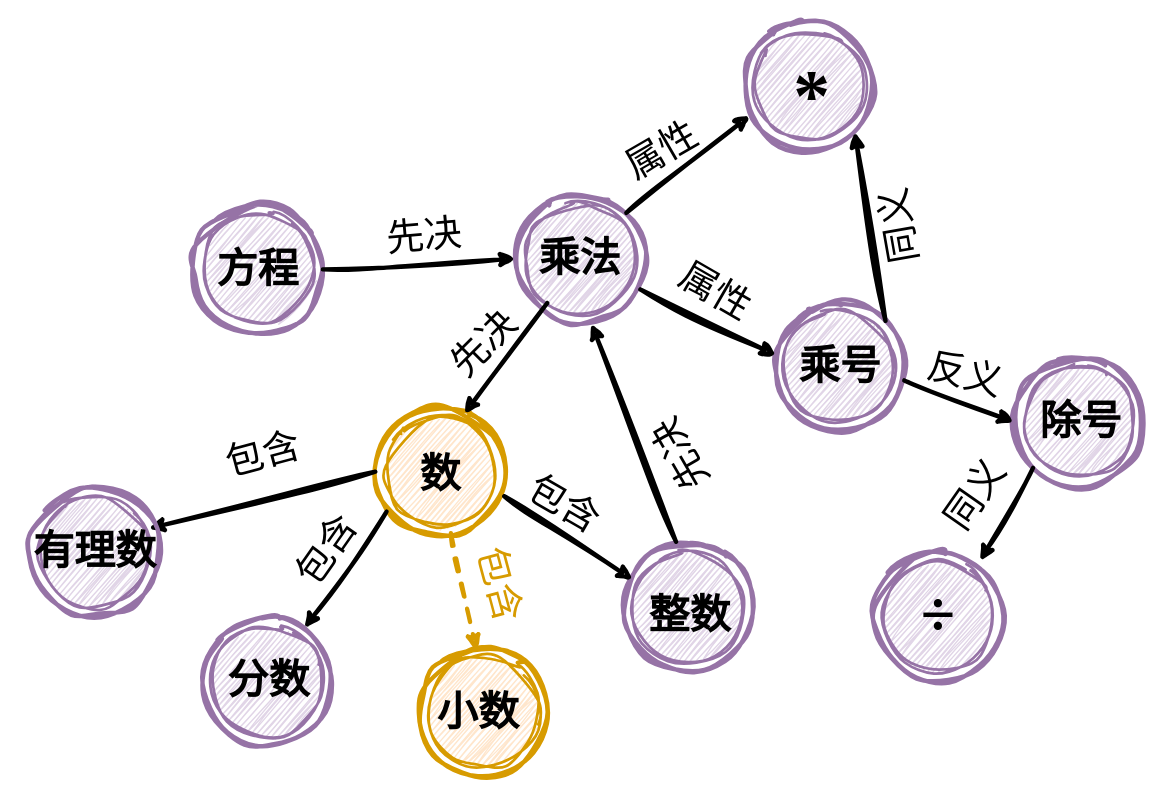
Above: ckg.drawio in yjq12/DeepKE (draw.io), before the change. Source tidied: cells renumbered, new cells numbered last; positions are measured from the earlier drawing's top-left corner, leaving out a move shared by most shapes. Both pictures are drawn from the tidied source at 108%, with x=0, y=0 at pixel (18, 21).
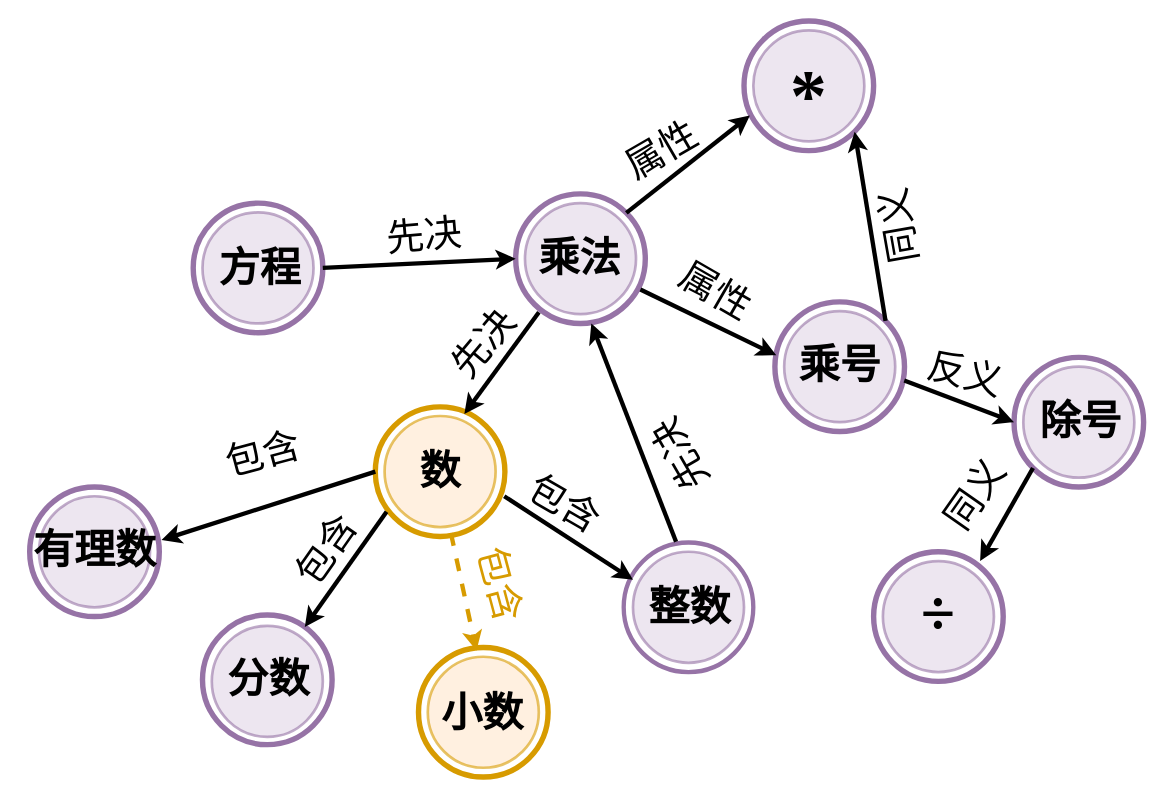
The same page after the edit.

Change to the diagram source:
```diff
@@
-    <mxCell id="2" style="ellipse;whiteSpace=wrap;html=1;strokeWidth=2.5;fillColor=#ffe6cc;strokeColor=#d79b00;fontFamily=Times New Roman;fontSize=50;sketch=1;hachureGap=4;jiggle=2;curveFitting=1;" parent="1" vertex="1">
+    <mxCell id="2" style="ellipse;whiteSpace=wrap;html=1;strokeWidth=2.5;fillColor=#ffe6cc;strokeColor=#d79b00;fontFamily=Times New Roman;fontSize=50;hachureGap=4;opacity=60;" parent="1" vertex="1">
       <mxGeometry x="338.6" y="365.7" width="102.8" height="102.8" as="geometry" />
     </mxCell>
-    <mxCell id="3" style="ellipse;whiteSpace=wrap;html=1;strokeWidth=4;fillColor=none;strokeColor=#d79b00;fontFamily=Times New Roman;fontSize=50;sketch=1;hachureGap=4;jiggle=2;curveFitting=1;" parent="1" vertex="1">
+    <mxCell id="3" style="ellipse;whiteSpace=wrap;html=1;strokeWidth=5;fillColor=none;strokeColor=#d79b00;fontFamily=Times New Roman;fontSize=50;hachureGap=4;" parent="1" vertex="1">
       <mxGeometry x="330" y="357.2" width="120" height="120" as="geometry" />
     </mxCell>
-    <mxCell id="4" style="ellipse;whiteSpace=wrap;html=1;strokeWidth=4;fillColor=none;strokeColor=#9673a6;fontFamily=Times New Roman;fontSize=50;sketch=1;hachureGap=4;jiggle=2;curveFitting=1;" parent="1" vertex="1">
+    <mxCell id="4" style="ellipse;whiteSpace=wrap;html=1;strokeWidth=4;fillColor=none;strokeColor=#9673a6;fontFamily=Times New Roman;fontSize=50;hachureGap=4;" parent="1" vertex="1">
       <mxGeometry x="560" y="482.8" width="120" height="120" as="geometry" />
     </mxCell>
-    <mxCell id="5" style="ellipse;whiteSpace=wrap;html=1;strokeWidth=2.5;fillColor=#e1d5e7;strokeColor=#9673a6;fontFamily=Times New Roman;fontSize=50;sketch=1;hachureGap=4;jiggle=2;curveFitting=1;" parent="1" vertex="1">
+    <mxCell id="5" style="ellipse;whiteSpace=wrap;html=1;strokeWidth=2.5;fillColor=#e1d5e7;strokeColor=#9673a6;fontFamily=Times New Roman;fontSize=50;hachureGap=4;opacity=60;" parent="1" vertex="1">
       <mxGeometry x="568.6" y="491.4" width="102.8" height="102.8" as="geometry" />
     </mxCell>
-    <mxCell id="6" style="endArrow=classic;html=1;rounded=0;sketch=1;hachureGap=4;jiggle=2;curveFitting=1;fontFamily=Architects Daughter;strokeWidth=4;entryX=-0.003;entryY=0.368;entryDx=0;entryDy=0;entryPerimeter=0;" parent="1" edge="1">
+    <mxCell id="6" style="endArrow=classic;html=1;rounded=0;hachureGap=4;fontFamily=Architects Daughter;strokeWidth=4;entryX=-0.003;entryY=0.368;entryDx=0;entryDy=0;entryPerimeter=0;" parent="1" edge="1">
       <mxGeometry relative="1" as="geometry">
         <mxPoint x="449.4" y="440" as="sourcePoint" />
         <mxPoint x="568.6" y="517.3" as="targetPoint" />
       </mxGeometry>
     </mxCell>
-    <mxCell id="7" style="ellipse;whiteSpace=wrap;html=1;strokeWidth=2.5;fillColor=#e1d5e7;strokeColor=#9673a6;fontFamily=Times New Roman;fontSize=50;sketch=1;hachureGap=4;jiggle=2;curveFitting=1;" parent="1" vertex="1">
+    <mxCell id="7" style="ellipse;whiteSpace=wrap;html=1;strokeWidth=2.5;fillColor=#e1d5e7;strokeColor=#9673a6;fontFamily=Times New Roman;fontSize=50;hachureGap=4;opacity=60;" parent="1" vertex="1">
       <mxGeometry x="178.6" y="560" width="102.8" height="102.8" as="geometry" />
     </mxCell>
-    <mxCell id="8" style="ellipse;whiteSpace=wrap;html=1;strokeWidth=4;fillColor=none;strokeColor=#9673a6;fontFamily=Times New Roman;fontSize=50;sketch=1;hachureGap=4;jiggle=2;curveFitting=1;" parent="1" vertex="1">
-      <mxGeometry x="170" y="551.4" width="120" height="120" as="geometry" />
+    <mxCell id="8" style="ellipse;whiteSpace=wrap;html=1;strokeWidth=5;fillColor=none;strokeColor=#9673a6;fontFamily=Times New Roman;fontSize=50;hachureGap=4;" parent="1" vertex="1">
+      <mxGeometry x="170" y="550" width="120" height="120" as="geometry" />
     </mxCell>
-    <mxCell id="9" style="endArrow=classic;html=1;rounded=0;sketch=1;hachureGap=4;jiggle=2;curveFitting=1;fontFamily=Architects Daughter;exitX=0.087;exitY=0.809;exitDx=0;exitDy=0;exitPerimeter=0;strokeWidth=4;" parent="1" edge="1" source="3" target="8">
+    <mxCell id="9" style="endArrow=classic;html=1;rounded=0;hachureGap=4;fontFamily=Architects Daughter;exitX=0.087;exitY=0.809;exitDx=0;exitDy=0;exitPerimeter=0;strokeWidth=4;" parent="1" edge="1" source="3" target="8">
       <mxGeometry relative="1" as="geometry" />
     </mxCell>
-    <mxCell id="10" style="ellipse;whiteSpace=wrap;html=1;strokeWidth=4;fillColor=none;strokeColor=#d79b00;fontFamily=Times New Roman;fontSize=50;sketch=1;hachureGap=4;jiggle=2;curveFitting=1;" parent="1" vertex="1">
+    <mxCell id="10" style="ellipse;whiteSpace=wrap;html=1;strokeWidth=5;fillColor=none;strokeColor=#d79b00;fontFamily=Times New Roman;fontSize=50;hachureGap=4;" parent="1" vertex="1">
       <mxGeometry x="370" y="580" width="120" height="120" as="geometry" />
     </mxCell>
-    <mxCell id="11" style="ellipse;whiteSpace=wrap;html=1;strokeWidth=2.5;fillColor=#ffe6cc;strokeColor=#d79b00;fontFamily=Times New Roman;fontSize=50;sketch=1;hachureGap=4;jiggle=2;curveFitting=1;" parent="1" vertex="1">
+    <mxCell id="11" style="ellipse;whiteSpace=wrap;html=1;strokeWidth=2.5;fillColor=#ffe6cc;strokeColor=#d79b00;fontFamily=Times New Roman;fontSize=50;hachureGap=4;opacity=60;" parent="1" vertex="1">
       <mxGeometry x="378.6" y="588.6" width="102.8" height="102.8" as="geometry" />
     </mxCell>
-    <mxCell id="12" style="endArrow=classic;html=1;rounded=0;sketch=1;hachureGap=4;jiggle=2;curveFitting=1;fontFamily=Architects Daughter;strokeWidth=4;entryX=0.447;entryY=0.025;entryDx=0;entryDy=0;entryPerimeter=0;fillColor=#ffe6cc;strokeColor=#d79b00;dashed=1;" parent="1" edge="1" target="10">
+    <mxCell id="12" style="endArrow=classic;html=1;rounded=0;hachureGap=4;fontFamily=Architects Daughter;strokeWidth=4;entryX=0.447;entryY=0.025;entryDx=0;entryDy=0;entryPerimeter=0;fillColor=#ffe6cc;strokeColor=#d79b00;dashed=1;" parent="1" edge="1" target="10">
       <mxGeometry relative="1" as="geometry">
         <mxPoint x="400" y="474.1" as="sourcePoint" />
       </mxGeometry>
     </mxCell>
-    <mxCell id="13" style="endArrow=classic;html=1;rounded=0;sketch=1;hachureGap=4;jiggle=2;curveFitting=1;fontFamily=Architects Daughter;strokeWidth=4;exitX=0;exitY=0.5;exitDx=0;exitDy=0;" parent="1" edge="1" source="3">
-      <mxGeometry relative="1" as="geometry">
-        <mxPoint x="120" y="470" as="targetPoint" />
-      </mxGeometry>
+    <mxCell id="13" style="endArrow=classic;html=1;rounded=0;hachureGap=4;fontFamily=Architects Daughter;strokeWidth=4;exitX=0;exitY=0.5;exitDx=0;exitDy=0;entryX=1.017;entryY=0.41;entryDx=0;entryDy=0;entryPerimeter=0;" parent="1" edge="1" source="3" target="14">
+      <mxGeometry relative="1" as="geometry" />
     </mxCell>
-    <mxCell id="14" style="ellipse;whiteSpace=wrap;html=1;strokeWidth=4;fillColor=none;strokeColor=#9673a6;fontFamily=Times New Roman;fontSize=50;sketch=1;hachureGap=4;jiggle=2;curveFitting=1;" parent="1" vertex="1">
+    <mxCell id="14" style="ellipse;whiteSpace=wrap;html=1;strokeWidth=5;fillColor=none;strokeColor=#9673a6;fontFamily=Times New Roman;fontSize=50;hachureGap=4;" parent="1" vertex="1">
       <mxGeometry x="10" y="431.4" width="120" height="120" as="geometry" />
     </mxCell>
-    <mxCell id="15" style="ellipse;whiteSpace=wrap;html=1;strokeWidth=2.5;fillColor=#e1d5e7;strokeColor=#9673a6;fontFamily=Times New Roman;fontSize=50;sketch=1;hachureGap=4;jiggle=2;curveFitting=1;" parent="1" vertex="1">
+    <mxCell id="15" style="ellipse;whiteSpace=wrap;html=1;strokeWidth=2.5;fillColor=#e1d5e7;strokeColor=#9673a6;fontFamily=Times New Roman;fontSize=50;hachureGap=4;opacity=60;" parent="1" vertex="1">
       <mxGeometry x="18.6" y="440" width="102.8" height="102.8" as="geometry" />
     </mxCell>
-    <mxCell id="16" style="ellipse;whiteSpace=wrap;html=1;strokeWidth=4;fillColor=none;strokeColor=#9673a6;fontFamily=Times New Roman;fontSize=50;sketch=1;hachureGap=4;jiggle=2;curveFitting=1;" parent="1" vertex="1">
+    <mxCell id="16" style="ellipse;whiteSpace=wrap;html=1;strokeWidth=5;fillColor=none;strokeColor=#9673a6;fontFamily=Times New Roman;fontSize=50;hachureGap=4;" parent="1" vertex="1">
       <mxGeometry x="460" y="160" width="120" height="120" as="geometry" />
     </mxCell>
-    <mxCell id="17" style="ellipse;whiteSpace=wrap;html=1;strokeWidth=2.5;fillColor=#e1d5e7;strokeColor=#9673a6;fontFamily=Times New Roman;fontSize=50;sketch=1;hachureGap=4;jiggle=2;curveFitting=1;" parent="1" vertex="1">
+    <mxCell id="17" style="ellipse;whiteSpace=wrap;html=1;strokeWidth=2.5;fillColor=#e1d5e7;strokeColor=#9673a6;fontFamily=Times New Roman;fontSize=50;hachureGap=4;opacity=60;" parent="1" vertex="1">
       <mxGeometry x="468.6" y="168.6" width="102.8" height="102.8" as="geometry" />
     </mxCell>
-    <mxCell id="18" style="endArrow=classic;html=1;rounded=0;sketch=1;hachureGap=4;jiggle=2;curveFitting=1;fontFamily=Architects Daughter;strokeWidth=4;entryX=0.687;entryY=0.055;entryDx=0;entryDy=0;entryPerimeter=0;" parent="1" edge="1" source="17" target="3">
+    <mxCell id="18" style="endArrow=classic;html=1;rounded=0;hachureGap=4;fontFamily=Architects Daughter;strokeWidth=4;entryX=0.687;entryY=0.055;entryDx=0;entryDy=0;entryPerimeter=0;exitX=0.179;exitY=0.913;exitDx=0;exitDy=0;exitPerimeter=0;" parent="1" edge="1" source="16" target="3">
       <mxGeometry relative="1" as="geometry" />
     </mxCell>
-    <mxCell id="19" style="ellipse;whiteSpace=wrap;html=1;strokeWidth=2.5;fillColor=#e1d5e7;strokeColor=#9673a6;fontFamily=Times New Roman;fontSize=50;sketch=1;hachureGap=4;jiggle=2;curveFitting=1;" parent="1" vertex="1">
+    <mxCell id="19" style="ellipse;whiteSpace=wrap;html=1;strokeWidth=2.5;fillColor=#e1d5e7;strokeColor=#9673a6;fontFamily=Times New Roman;fontSize=50;hachureGap=4;opacity=60;" parent="1" vertex="1">
       <mxGeometry x="170" y="177.2" width="102.8" height="102.8" as="geometry" />
     </mxCell>
-    <mxCell id="20" style="ellipse;whiteSpace=wrap;html=1;strokeWidth=4;fillColor=none;strokeColor=#9673a6;fontFamily=Times New Roman;fontSize=50;sketch=1;hachureGap=4;jiggle=2;curveFitting=1;" parent="1" vertex="1">
-      <mxGeometry x="161.4" y="170" width="120" height="120" as="geometry" />
+    <mxCell id="20" style="ellipse;whiteSpace=wrap;html=1;strokeWidth=5;fillColor=none;strokeColor=#9673a6;fontFamily=Times New Roman;fontSize=50;hachureGap=4;" parent="1" vertex="1">
+      <mxGeometry x="161.4" y="168.6" width="120" height="120" as="geometry" />
     </mxCell>
-    <mxCell id="21" style="endArrow=classic;html=1;rounded=0;sketch=1;hachureGap=4;jiggle=2;curveFitting=1;fontFamily=Architects Daughter;strokeWidth=4;entryX=0;entryY=0.5;entryDx=0;entryDy=0;exitX=1;exitY=0.5;exitDx=0;exitDy=0;" parent="1" edge="1" source="20" target="16">
+    <mxCell id="21" style="endArrow=classic;html=1;rounded=0;hachureGap=4;fontFamily=Architects Daughter;strokeWidth=4;entryX=0;entryY=0.5;entryDx=0;entryDy=0;exitX=1;exitY=0.5;exitDx=0;exitDy=0;" parent="1" edge="1" source="20" target="16">
       <mxGeometry relative="1" as="geometry" />
     </mxCell>
-    <mxCell id="22" style="ellipse;whiteSpace=wrap;html=1;strokeWidth=2.5;fillColor=#e1d5e7;strokeColor=#9673a6;fontFamily=Times New Roman;fontSize=50;sketch=1;hachureGap=4;jiggle=2;curveFitting=1;" parent="1" vertex="1">
+    <mxCell id="22" style="ellipse;whiteSpace=wrap;html=1;strokeWidth=2.5;fillColor=#e1d5e7;strokeColor=#9673a6;fontFamily=Times New Roman;fontSize=50;hachureGap=4;opacity=60;" parent="1" vertex="1">
       <mxGeometry x="680" y="8.6" width="102.8" height="102.8" as="geometry" />
     </mxCell>
-    <mxCell id="23" style="ellipse;whiteSpace=wrap;html=1;strokeWidth=4;fillColor=none;strokeColor=#9673a6;fontFamily=Times New Roman;fontSize=50;sketch=1;hachureGap=4;jiggle=2;curveFitting=1;" parent="1" vertex="1">
+    <mxCell id="23" style="ellipse;whiteSpace=wrap;html=1;strokeWidth=5;fillColor=none;strokeColor=#9673a6;fontFamily=Times New Roman;fontSize=50;hachureGap=4;" parent="1" vertex="1">
       <mxGeometry x="671.4" width="120" height="120" as="geometry" />
     </mxCell>
-    <mxCell id="24" style="ellipse;whiteSpace=wrap;html=1;strokeWidth=4;fillColor=none;strokeColor=#9673a6;fontFamily=Times New Roman;fontSize=50;sketch=1;hachureGap=4;jiggle=2;curveFitting=1;" parent="1" vertex="1">
+    <mxCell id="24" style="ellipse;whiteSpace=wrap;html=1;strokeWidth=5;fillColor=none;strokeColor=#9673a6;fontFamily=Times New Roman;fontSize=50;hachureGap=4;" parent="1" vertex="1">
       <mxGeometry x="700" y="260" width="120" height="120" as="geometry" />
     </mxCell>
-    <mxCell id="25" style="ellipse;whiteSpace=wrap;html=1;strokeWidth=2.5;fillColor=#e1d5e7;strokeColor=#9673a6;fontFamily=Times New Roman;fontSize=50;sketch=1;hachureGap=4;jiggle=2;curveFitting=1;" parent="1" vertex="1">
+    <mxCell id="25" style="ellipse;whiteSpace=wrap;html=1;strokeWidth=2.5;fillColor=#e1d5e7;strokeColor=#9673a6;fontFamily=Times New Roman;fontSize=50;hachureGap=4;opacity=60;" parent="1" vertex="1">
       <mxGeometry x="708.6" y="268.6" width="102.8" height="102.8" as="geometry" />
     </mxCell>
-    <mxCell id="26" style="ellipse;whiteSpace=wrap;html=1;strokeWidth=2.5;fillColor=#e1d5e7;strokeColor=#9673a6;fontFamily=Times New Roman;fontSize=50;sketch=1;hachureGap=4;jiggle=2;curveFitting=1;" parent="1" vertex="1">
+    <mxCell id="26" style="ellipse;whiteSpace=wrap;html=1;strokeWidth=2.5;fillColor=#e1d5e7;strokeColor=#9673a6;fontFamily=Times New Roman;fontSize=50;hachureGap=4;opacity=60;" parent="1" vertex="1">
       <mxGeometry x="930" y="320" width="102.8" height="102.8" as="geometry" />
     </mxCell>
-    <mxCell id="27" style="ellipse;whiteSpace=wrap;html=1;strokeWidth=4;fillColor=none;strokeColor=#9673a6;fontFamily=Times New Roman;fontSize=50;sketch=1;hachureGap=4;jiggle=2;curveFitting=1;" parent="1" vertex="1">
+    <mxCell id="27" style="ellipse;whiteSpace=wrap;html=1;strokeWidth=5;fillColor=none;strokeColor=#9673a6;fontFamily=Times New Roman;fontSize=50;hachureGap=4;" parent="1" vertex="1">
       <mxGeometry x="921.4" y="311.4" width="120" height="120" as="geometry" />
     </mxCell>
-    <mxCell id="28" style="ellipse;whiteSpace=wrap;html=1;strokeWidth=4;fillColor=none;strokeColor=#9673a6;fontFamily=Times New Roman;fontSize=50;sketch=1;hachureGap=4;jiggle=2;curveFitting=1;" parent="1" vertex="1">
+    <mxCell id="28" style="ellipse;whiteSpace=wrap;html=1;strokeWidth=5;fillColor=none;strokeColor=#9673a6;fontFamily=Times New Roman;fontSize=50;hachureGap=4;" parent="1" vertex="1">
       <mxGeometry x="791.4" y="491.4" width="120" height="120" as="geometry" />
     </mxCell>
-    <mxCell id="29" style="ellipse;whiteSpace=wrap;html=1;strokeWidth=2.5;fillColor=#e1d5e7;strokeColor=#9673a6;fontFamily=Times New Roman;fontSize=50;sketch=1;hachureGap=4;jiggle=2;curveFitting=1;" parent="1" vertex="1">
+    <mxCell id="29" style="ellipse;whiteSpace=wrap;html=1;strokeWidth=2.5;fillColor=#e1d5e7;strokeColor=#9673a6;fontFamily=Times New Roman;fontSize=50;hachureGap=4;opacity=60;" parent="1" vertex="1">
       <mxGeometry x="800" y="500" width="102.8" height="102.8" as="geometry" />
     </mxCell>
-    <mxCell id="30" style="endArrow=classic;html=1;rounded=0;sketch=1;hachureGap=4;jiggle=2;curveFitting=1;fontFamily=Architects Daughter;strokeWidth=4;entryX=0.045;entryY=0.729;entryDx=0;entryDy=0;exitX=1;exitY=0;exitDx=0;exitDy=0;entryPerimeter=0;" parent="1" edge="1" source="16" target="23">
+    <mxCell id="30" style="endArrow=classic;html=1;rounded=0;hachureGap=4;fontFamily=Architects Daughter;strokeWidth=4;entryX=0.045;entryY=0.729;entryDx=0;entryDy=0;exitX=1;exitY=0;exitDx=0;exitDy=0;entryPerimeter=0;" parent="1" edge="1" source="16" target="23">
       <mxGeometry relative="1" as="geometry" />
     </mxCell>
-    <mxCell id="31" style="endArrow=classic;html=1;rounded=0;sketch=1;hachureGap=4;jiggle=2;curveFitting=1;fontFamily=Architects Daughter;strokeWidth=4;entryX=0.011;entryY=0.412;entryDx=0;entryDy=0;exitX=0.962;exitY=0.738;exitDx=0;exitDy=0;entryPerimeter=0;exitPerimeter=0;" parent="1" edge="1" source="16" target="24">
+    <mxCell id="31" style="endArrow=classic;html=1;rounded=0;hachureGap=4;fontFamily=Architects Daughter;strokeWidth=4;entryX=0.011;entryY=0.412;entryDx=0;entryDy=0;exitX=0.962;exitY=0.738;exitDx=0;exitDy=0;entryPerimeter=0;exitPerimeter=0;" parent="1" edge="1" source="16" target="24">
       <mxGeometry relative="1" as="geometry" />
     </mxCell>
-    <mxCell id="32" style="endArrow=classic;html=1;rounded=0;sketch=1;hachureGap=4;jiggle=2;curveFitting=1;fontFamily=Architects Daughter;strokeWidth=4;entryX=1;entryY=1;entryDx=0;entryDy=0;exitX=1;exitY=0;exitDx=0;exitDy=0;" parent="1" edge="1" source="24" target="23">
+    <mxCell id="32" style="endArrow=classic;html=1;rounded=0;hachureGap=4;fontFamily=Architects Daughter;strokeWidth=4;entryX=1;entryY=1;entryDx=0;entryDy=0;exitX=1;exitY=0;exitDx=0;exitDy=0;" parent="1" edge="1" source="24" target="23">
       <mxGeometry relative="1" as="geometry" />
     </mxCell>
-    <mxCell id="33" style="endArrow=classic;html=1;rounded=0;sketch=1;hachureGap=4;jiggle=2;curveFitting=1;fontFamily=Architects Daughter;strokeWidth=4;entryX=0;entryY=0.5;entryDx=0;entryDy=0;exitX=0.998;exitY=0.607;exitDx=0;exitDy=0;exitPerimeter=0;" parent="1" edge="1" source="24" target="27">
+    <mxCell id="33" style="endArrow=classic;html=1;rounded=0;hachureGap=4;fontFamily=Architects Daughter;strokeWidth=4;entryX=0;entryY=0.5;entryDx=0;entryDy=0;exitX=0.998;exitY=0.607;exitDx=0;exitDy=0;exitPerimeter=0;" parent="1" edge="1" source="24" target="27">
       <mxGeometry relative="1" as="geometry" />
     </mxCell>
-    <mxCell id="34" style="endArrow=classic;html=1;rounded=0;sketch=1;hachureGap=4;jiggle=2;curveFitting=1;fontFamily=Architects Daughter;strokeWidth=4;exitX=0;exitY=1;exitDx=0;exitDy=0;" parent="1" edge="1" source="27">
+    <mxCell id="34" style="endArrow=classic;html=1;rounded=0;hachureGap=4;fontFamily=Architects Daughter;strokeWidth=4;exitX=0;exitY=1;exitDx=0;exitDy=0;" parent="1" edge="1" source="27">
       <mxGeometry relative="1" as="geometry">
         <mxPoint x="890" y="500" as="targetPoint" />
       </mxGeometry>
     </mxCell>
@@
     <mxCell id="36" value="&lt;font face=&quot;Times New Roman&quot;&gt;&lt;span style=&quot;font-size: 38px;&quot;&gt;&lt;b&gt;数&lt;/b&gt;&lt;/span&gt;&lt;/font&gt;" style="text;html=1;align=center;verticalAlign=middle;strokeColor=none;fillColor=none;fontFamily=Architects Daughter;" parent="1" vertex="1">
-      <mxGeometry x="360" y="390" width="60" height="60" as="geometry" />
+      <mxGeometry x="360" y="387.2" width="60" height="60" as="geometry" />
     </mxCell>
     <mxCell id="37" value="&lt;font face=&quot;Times New Roman&quot;&gt;&lt;span style=&quot;font-size: 38px;&quot;&gt;&lt;b&gt;小数&lt;/b&gt;&lt;/span&gt;&lt;/font&gt;" style="text;html=1;align=center;verticalAlign=middle;strokeColor=none;fillColor=none;fontFamily=Architects Daughter;" parent="1" vertex="1">
-      <mxGeometry x="375" y="610" width="100" height="60" as="geometry" />
+      <mxGeometry x="378.6" y="611.4" width="100" height="60" as="geometry" />
     </mxCell>
     <mxCell id="38" value="&lt;font face=&quot;Times New Roman&quot;&gt;&lt;span style=&quot;font-size: 38px;&quot;&gt;&lt;b&gt;整数&lt;/b&gt;&lt;/span&gt;&lt;/font&gt;" style="text;html=1;align=center;verticalAlign=middle;strokeColor=none;fillColor=none;fontFamily=Architects Daughter;" parent="1" vertex="1">
-      <mxGeometry x="571.4" y="520" width="100" height="60" as="geometry" />
+      <mxGeometry x="571.4" y="512.8" width="100" height="60" as="geometry" />
     </mxCell>
-    <mxCell id="39" style="endArrow=classic;html=1;rounded=0;sketch=1;hachureGap=4;jiggle=2;curveFitting=1;fontFamily=Architects Daughter;strokeWidth=4;exitX=0.404;exitY=-0.005;exitDx=0;exitDy=0;exitPerimeter=0;" parent="1" edge="1" source="4">
+    <mxCell id="39" style="endArrow=classic;html=1;rounded=0;hachureGap=4;fontFamily=Architects Daughter;strokeWidth=4;exitX=0.404;exitY=-0.005;exitDx=0;exitDy=0;exitPerimeter=0;" parent="1" edge="1" source="4">
       <mxGeometry relative="1" as="geometry">
         <mxPoint x="530" y="280" as="targetPoint" />
       </mxGeometry>
     </mxCell>
     <mxCell id="40" value="&lt;font face=&quot;Times New Roman&quot;&gt;&lt;span style=&quot;font-size: 38px;&quot;&gt;&lt;b&gt;有理数&lt;/b&gt;&lt;/span&gt;&lt;/font&gt;" style="text;html=1;align=center;verticalAlign=middle;strokeColor=none;fillColor=none;fontFamily=Architects Daughter;" parent="1" vertex="1">
-      <mxGeometry y="461.4" width="140" height="60" as="geometry" />
+      <mxGeometry y="460" width="140" height="60" as="geometry" />
     </mxCell>
     <mxCell id="41" value="&lt;font face=&quot;Times New Roman&quot;&gt;&lt;span style=&quot;font-size: 38px;&quot;&gt;&lt;b&gt;分数&lt;/b&gt;&lt;/span&gt;&lt;/font&gt;" style="text;html=1;align=center;verticalAlign=middle;strokeColor=none;fillColor=none;fontFamily=Architects Daughter;" parent="1" vertex="1">
-      <mxGeometry x="181.4" y="581.4" width="100" height="60" as="geometry" />
+      <mxGeometry x="181.4" y="580" width="100" height="60" as="geometry" />
     </mxCell>
@@
     <mxCell id="43" value="&lt;font face=&quot;Times New Roman&quot;&gt;&lt;span style=&quot;font-size: 38px;&quot;&gt;&lt;b&gt;方程&lt;/b&gt;&lt;/span&gt;&lt;/font&gt;" style="text;html=1;align=center;verticalAlign=middle;strokeColor=none;fillColor=none;fontFamily=Architects Daughter;" parent="1" vertex="1">
-      <mxGeometry x="171.4" y="200" width="100" height="60" as="geometry" />
+      <mxGeometry x="172.8" y="198.6" width="100" height="60" as="geometry" />
     </mxCell>
     <mxCell id="44" value="&lt;font size=&quot;1&quot; face=&quot;Times New Roman&quot;&gt;&lt;b style=&quot;font-size: 68px;&quot;&gt;*&lt;/b&gt;&lt;/font&gt;" style="text;html=1;align=center;verticalAlign=middle;strokeColor=none;fillColor=none;fontFamily=Architects Daughter;" parent="1" vertex="1">
-      <mxGeometry x="703.6" y="20" width="60" height="100" as="geometry" />
+      <mxGeometry x="701.4" y="20" width="60" height="100" as="geometry" />
     </mxCell>
@@
-    <mxCell id="53" value="&lt;font face=&quot;Times New Roman&quot;&gt;&lt;span style=&quot;font-size: 35px;&quot;&gt;先决&lt;/span&gt;&lt;/font&gt;" style="text;html=1;align=center;verticalAlign=middle;strokeColor=none;fillColor=none;fontFamily=Architects Daughter;rotation=-45;" parent="1" vertex="1">
+    <mxCell id="53" value="&lt;font face=&quot;Times New Roman&quot;&gt;&lt;span style=&quot;font-size: 35px;&quot;&gt;先决&lt;/span&gt;&lt;/font&gt;" style="text;html=1;align=center;verticalAlign=middle;strokeColor=none;fillColor=none;fontFamily=Architects Daughter;rotation=-50;" parent="1" vertex="1">
       <mxGeometry x="385" y="268.6" width="90" height="60" as="geometry" />
     </mxCell>
@@
     <mxCell id="56" value="&lt;font style=&quot;font-size: 38px;&quot; face=&quot;Times New Roman&quot;&gt;&lt;b&gt;乘号&lt;/b&gt;&lt;/font&gt;" style="text;html=1;align=center;verticalAlign=middle;strokeColor=none;fillColor=none;fontFamily=Architects Daughter;" parent="1" vertex="1">
-      <mxGeometry x="710" y="290" width="100" height="60" as="geometry" />
+      <mxGeometry x="710" y="288.6" width="100" height="60" as="geometry" />
     </mxCell>
@@
     <mxCell id="58" value="&lt;font size=&quot;1&quot; face=&quot;Times New Roman&quot;&gt;&lt;b style=&quot;font-size: 58px;&quot;&gt;÷&lt;/b&gt;&lt;/font&gt;" style="text;html=1;align=center;verticalAlign=middle;strokeColor=none;fillColor=none;fontFamily=Architects Daughter;" parent="1" vertex="1">
-      <mxGeometry x="821.4" y="510" width="60" height="80" as="geometry" />
+      <mxGeometry x="821.4" y="508.6" width="60" height="80" as="geometry" />
     </mxCell>
```
